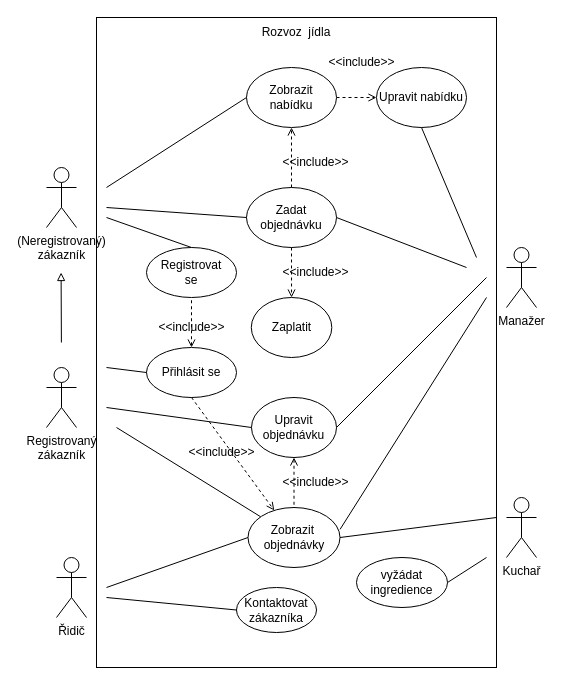
Before: page "Stránka-1" (1 of 2) of UseCaseDiagram.drawio in vitvlasanek/VIS_projekt, a draw.io diagram. Source tidied: cells renumbered, new cells numbered last; positions are measured from the earlier drawing's top-left corner, leaving out a move shared by most shapes. Both pictures are drawn from the tidied source at 100%, with x=0, y=0 at pixel (46, 17).
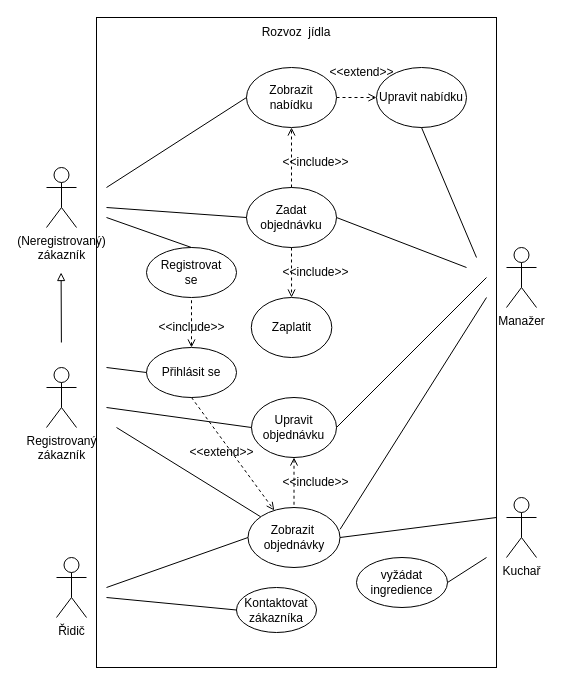
Above is the later version.

The edit, as a diff of the source:
```diff
@@
-    <mxCell id="43" value="&amp;lt;&amp;lt;include&amp;gt;&amp;gt;" style="text;html=1;align=center;verticalAlign=middle;strokeColor=none;fillColor=none;" parent="1" vertex="1">
-      <mxGeometry x="270" y="30" width="90" height="30" as="geometry" />
+    <mxCell id="43" value="&amp;lt;&amp;lt;extend&amp;gt;&amp;gt;" style="text;html=1;align=center;verticalAlign=middle;strokeColor=none;fillColor=none;" parent="1" vertex="1">
+      <mxGeometry x="270" y="40" width="90" height="30" as="geometry" />
     </mxCell>
@@
-    <mxCell id="45" value="&amp;lt;&amp;lt;include&amp;gt;&amp;gt;" style="text;html=1;align=center;verticalAlign=middle;strokeColor=none;fillColor=none;" parent="1" vertex="1">
+    <mxCell id="45" value="&amp;lt;&amp;lt;extend&amp;gt;&amp;gt;" style="text;html=1;align=center;verticalAlign=middle;strokeColor=none;fillColor=none;" parent="1" vertex="1">
       <mxGeometry x="130" y="420" width="90" height="30" as="geometry" />
     </mxCell>
```
